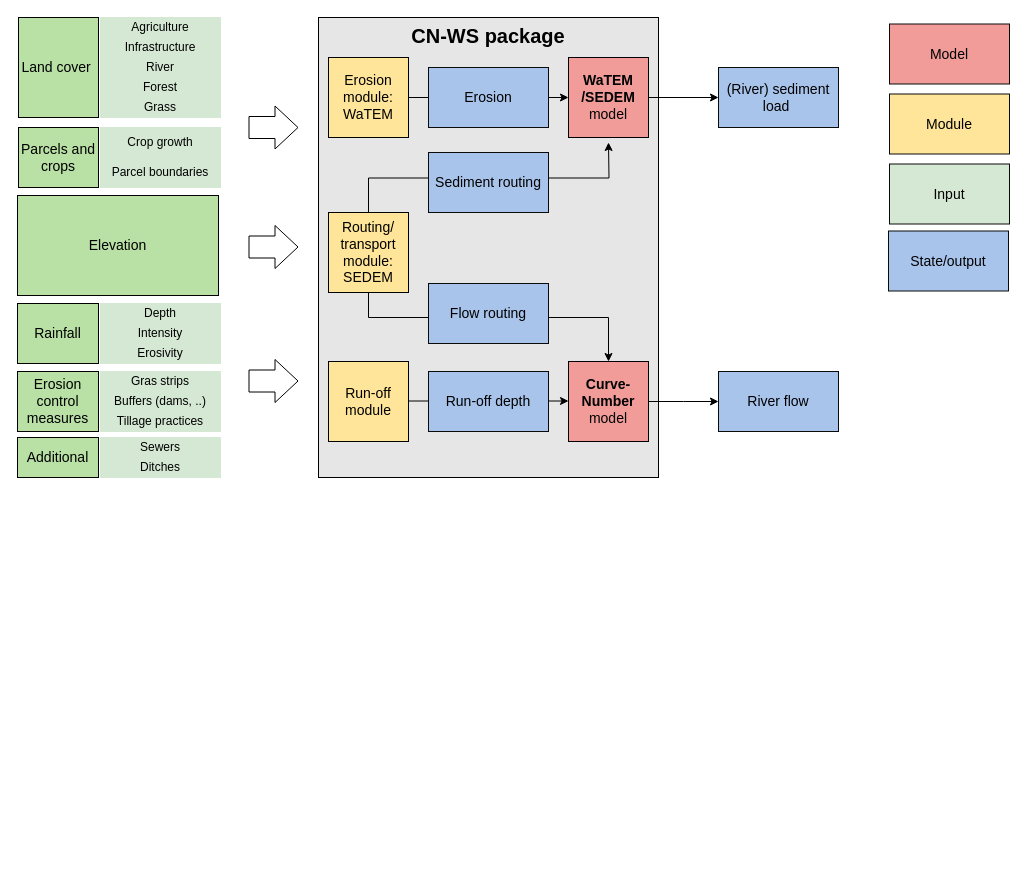
Before: docs/_static/png/diagram_cn_ws_package.drawio in watem-sedem/watem-sedem, a draw.io diagram. Source tidied: cells renumbered, new cells numbered last; positions are measured from the earlier drawing's top-left corner, leaving out a move shared by most shapes. Both pictures are drawn from the tidied source at 100%, with x=0, y=0 at pixel (17, 17).
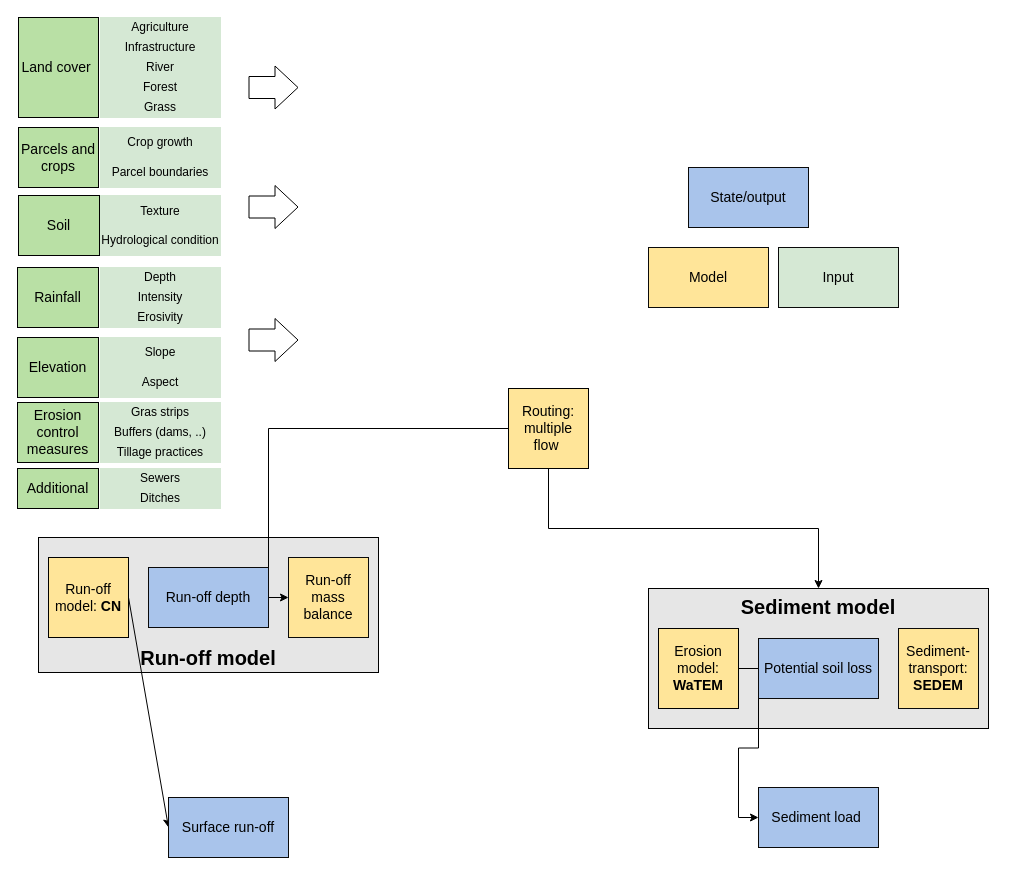
The same diagram, later.

Change to the diagram source:
```diff
@@
+    <mxCell id="48" value="&lt;b style=&quot;font-size: 20px&quot;&gt;Run-off model&lt;/b&gt;" style="rounded=0;whiteSpace=wrap;html=1;verticalAlign=bottom;fontSize=20;fillColor=#E6E6E6;" parent="1" vertex="1">
+      <mxGeometry x="21" y="520" width="340" height="135" as="geometry" />
+    </mxCell>
-    <mxCell id="2" value="&lt;b style=&quot;font-size: 20px;&quot;&gt;CN-WS package&lt;/b&gt;" style="rounded=0;whiteSpace=wrap;html=1;verticalAlign=top;fontSize=20;fillColor=#E6E6E6;" parent="1" vertex="1">
-      <mxGeometry x="301" width="340" height="460" as="geometry" />
+    <mxCell id="2" value="&lt;b style=&quot;font-size: 20px&quot;&gt;Sediment model&lt;/b&gt;" style="rounded=0;whiteSpace=wrap;html=1;verticalAlign=top;fontSize=20;fillColor=#E6E6E6;" parent="1" vertex="1">
+      <mxGeometry x="631" y="571" width="340" height="140" as="geometry" />
     </mxCell>
-    <mxCell id="3" value="Erosion module: WaTEM" style="whiteSpace=wrap;html=1;fontSize=14;fontStyle=0;fillColor=#FFE599;" parent="1" vertex="1">
-      <mxGeometry x="311" y="40" width="80" height="80" as="geometry" />
-    </mxCell>
+    <mxCell id="49" style="edgeStyle=orthogonalEdgeStyle;rounded=0;jettySize=auto;html=1;exitX=0.5;exitY=1;exitDx=0;exitDy=0;entryX=0.5;entryY=0;entryDx=0;entryDy=0;" parent="1" edge="1" source="4" target="2">
+      <mxGeometry relative="1" as="geometry" />
+    </mxCell>
+    <mxCell id="50" style="edgeStyle=orthogonalEdgeStyle;rounded=0;jettySize=auto;html=1;exitX=0;exitY=0.5;exitDx=0;exitDy=0;entryX=0;entryY=0.5;entryDx=0;entryDy=0;" parent="1" edge="1" source="4" target="59">
+      <mxGeometry relative="1" as="geometry" />
+    </mxCell>
-    <mxCell id="4" value="Routing/ transport&lt;br style=&quot;font-size: 14px;&quot;&gt;module:&lt;br style=&quot;font-size: 14px;&quot;&gt;SEDEM" style="whiteSpace=wrap;html=1;fontSize=14;fontStyle=0;fillColor=#FFE599;" parent="1" vertex="1">
-      <mxGeometry x="311" y="195" width="80" height="80" as="geometry" />
+    <mxCell id="4" value="Routing: multiple flow&amp;nbsp;" style="whiteSpace=wrap;html=1;fontSize=14;fontStyle=0;fillColor=#FFE599;" parent="1" vertex="1">
+      <mxGeometry x="491" y="371" width="80" height="80" as="geometry" />
     </mxCell>
+    <mxCell id="51" style="edgeStyle=none;rounded=0;jettySize=auto;html=1;exitX=1;exitY=0.5;exitDx=0;exitDy=0;entryX=0;entryY=0.5;entryDx=0;entryDy=0;" parent="1" edge="1" source="5" target="58">
+      <mxGeometry relative="1" as="geometry" />
+    </mxCell>
-    <mxCell id="5" value="Run-off module" style="whiteSpace=wrap;html=1;fontSize=14;fontStyle=0;fillColor=#FFE599;" parent="1" vertex="1">
-      <mxGeometry x="311" y="344" width="80" height="80" as="geometry" />
+    <mxCell id="5" value="Run-off model: &lt;b&gt;CN&lt;/b&gt;" style="whiteSpace=wrap;html=1;fontSize=14;fontStyle=0;fillColor=#FFE599;" parent="1" vertex="1">
+      <mxGeometry x="31" y="540" width="80" height="80" as="geometry" />
     </mxCell>
-    <mxCell id="6" value="&lt;b&gt;Curve-Number&lt;/b&gt;&lt;br style=&quot;font-size: 14px&quot;&gt;model" style="whiteSpace=wrap;html=1;fontSize=14;fontStyle=0;fillColor=#F19C99;" parent="1" vertex="1">
-      <mxGeometry x="551" y="344" width="80" height="80" as="geometry" />
-    </mxCell>
-    <mxCell id="7" style="edgeStyle=orthogonalEdgeStyle;rounded=0;jettySize=auto;html=1;exitX=1;exitY=0.5;exitDx=0;exitDy=0;entryX=0;entryY=0.5;entryDx=0;entryDy=0;fillColor=#BFBFBF;fontSize=14;" parent="1" edge="1" source="8" target="38">
+    <mxCell id="7" style="edgeStyle=orthogonalEdgeStyle;rounded=0;jettySize=auto;html=1;entryX=0;entryY=0.5;entryDx=0;entryDy=0;fillColor=#BFBFBF;fontSize=14;" parent="1" edge="1" source="3" target="38">
       <mxGeometry relative="1" as="geometry" />
     </mxCell>
-    <mxCell id="8" value="&lt;b&gt;WaTEM /SEDEM&lt;/b&gt;&lt;br style=&quot;font-size: 14px&quot;&gt;model" style="whiteSpace=wrap;html=1;fontSize=14;fontStyle=0;fillColor=#F19C99;" parent="1" vertex="1">
-      <mxGeometry x="551" y="40" width="80" height="80" as="geometry" />
-    </mxCell>
-    <mxCell id="9" style="edgeStyle=orthogonalEdgeStyle;rounded=0;jettySize=auto;html=1;exitX=1;exitY=0.5;exitDx=0;exitDy=0;entryX=0;entryY=0.5;entryDx=0;entryDy=0;" parent="1" edge="1" source="3" target="8">
-      <mxGeometry relative="1" as="geometry" />
-    </mxCell>
@@
-    <mxCell id="16" value="Elevation" style="rounded=0;whiteSpace=wrap;html=1;fillColor=#B9E0A5;fontSize=14;fontStyle=0;" parent="1" vertex="1">
-      <mxGeometry y="178" width="201" height="100" as="geometry" />
+    <mxCell id="16" value="Soil" style="rounded=0;whiteSpace=wrap;html=1;fillColor=#B9E0A5;fontSize=14;fontStyle=0;" parent="1" vertex="1">
+      <mxGeometry x="1" y="178" width="81" height="60" as="geometry" />
     </mxCell>
     <mxCell id="17" value="Erosivity" style="rounded=0;whiteSpace=wrap;html=1;fillColor=#D5E8D4;fontSize=12;strokeColor=#D5E8D4;" parent="1" vertex="1">
-      <mxGeometry x="83" y="326" width="120" height="20" as="geometry" />
+      <mxGeometry x="83" y="290" width="120" height="20" as="geometry" />
     </mxCell>
     <mxCell id="18" value="Depth" style="rounded=0;whiteSpace=wrap;html=1;fillColor=#D5E8D4;fontSize=12;strokeColor=#D5E8D4;" parent="1" vertex="1">
-      <mxGeometry x="83" y="286" width="120" height="20" as="geometry" />
+      <mxGeometry x="83" y="250" width="120" height="20" as="geometry" />
     </mxCell>
     <mxCell id="19" value="Intensity" style="rounded=0;whiteSpace=wrap;html=1;fillColor=#D5E8D4;fontSize=12;strokeColor=#D5E8D4;" parent="1" vertex="1">
-      <mxGeometry x="83" y="306" width="120" height="20" as="geometry" />
+      <mxGeometry x="83" y="270" width="120" height="20" as="geometry" />
     </mxCell>
     <mxCell id="20" value="Rainfall" style="rounded=0;whiteSpace=wrap;html=1;fillColor=#B9E0A5;fontSize=14;fontStyle=0;" parent="1" vertex="1">
-      <mxGeometry y="286" width="81" height="60" as="geometry" />
+      <mxGeometry y="250" width="81" height="60" as="geometry" />
     </mxCell>
     <mxCell id="21" value="Erosion control measures" style="rounded=0;whiteSpace=wrap;html=1;fillColor=#B9E0A5;fontSize=14;fontStyle=0;" parent="1" vertex="1">
-      <mxGeometry y="354" width="81" height="60" as="geometry" />
+      <mxGeometry y="385" width="81" height="60" as="geometry" />
     </mxCell>
     <mxCell id="22" value="Gras strips" style="rounded=0;whiteSpace=wrap;html=1;fillColor=#D5E8D4;fontSize=12;strokeColor=#D5E8D4;" parent="1" vertex="1">
-      <mxGeometry x="83" y="354" width="120" height="20" as="geometry" />
+      <mxGeometry x="83" y="385" width="120" height="20" as="geometry" />
     </mxCell>
@@
     <mxCell id="24" value="Buffers (dams, ..)" style="rounded=0;whiteSpace=wrap;html=1;fillColor=#D5E8D4;fontSize=12;strokeColor=#D5E8D4;" parent="1" vertex="1">
-      <mxGeometry x="83" y="374" width="120" height="20" as="geometry" />
+      <mxGeometry x="83" y="405" width="120" height="20" as="geometry" />
     </mxCell>
-    <mxCell id="25" style="edgeStyle=orthogonalEdgeStyle;rounded=0;jettySize=auto;html=1;exitX=0.5;exitY=1;exitDx=0;exitDy=0;" parent="1" edge="1" source="4" target="6">
-      <mxGeometry relative="1" as="geometry">
-        <Array as="points">
-          <mxPoint x="351" y="300" />
-          <mxPoint x="591" y="300" />
-        </Array>
-      </mxGeometry>
-    </mxCell>
-    <mxCell id="26" value="Erosion" style="rounded=0;whiteSpace=wrap;html=1;strokeColor=#0A0A0A;fillColor=#A9C4EB;fontSize=14;fontStyle=0;" parent="1" vertex="1">
-      <mxGeometry x="411" y="50" width="120" height="60" as="geometry" />
+    <mxCell id="26" value="Potential soil loss" style="rounded=0;whiteSpace=wrap;html=1;strokeColor=#0A0A0A;fillColor=#A9C4EB;fontSize=14;fontStyle=0;" parent="1" vertex="1">
+      <mxGeometry x="741" y="621" width="120" height="60" as="geometry" />
     </mxCell>
     <mxCell id="27" value="Tillage practices" style="rounded=0;whiteSpace=wrap;html=1;fillColor=#D5E8D4;fontSize=12;strokeColor=#D5E8D4;" parent="1" vertex="1">
-      <mxGeometry x="83" y="394" width="120" height="20" as="geometry" />
+      <mxGeometry x="83" y="425" width="120" height="20" as="geometry" />
     </mxCell>
@@
     <mxCell id="30" value="Additional" style="rounded=0;whiteSpace=wrap;html=1;fillColor=#B9E0A5;fontSize=14;fontStyle=0;" parent="1" vertex="1">
-      <mxGeometry y="420" width="81" height="40" as="geometry" />
+      <mxGeometry y="451" width="81" height="40" as="geometry" />
     </mxCell>
     <mxCell id="31" value="Sewers" style="rounded=0;whiteSpace=wrap;html=1;fillColor=#D5E8D4;fontSize=12;strokeColor=#D5E8D4;" parent="1" vertex="1">
-      <mxGeometry x="83" y="420" width="120" height="20" as="geometry" />
+      <mxGeometry x="83" y="451" width="120" height="20" as="geometry" />
     </mxCell>
     <mxCell id="32" value="Ditches" style="rounded=0;whiteSpace=wrap;html=1;fillColor=#D5E8D4;fontSize=12;strokeColor=#D5E8D4;" parent="1" vertex="1">
-      <mxGeometry x="83" y="440" width="120" height="20" as="geometry" />
+      <mxGeometry x="83" y="471" width="120" height="20" as="geometry" />
     </mxCell>
-    <mxCell id="33" style="edgeStyle=orthogonalEdgeStyle;rounded=0;jettySize=auto;html=1;exitX=0.5;exitY=0;exitDx=0;exitDy=0;entryX=0.5;entryY=1;entryDx=0;entryDy=0;fontSize=20;" parent="1" edge="1" source="4">
-      <mxGeometry relative="1" as="geometry">
-        <mxPoint x="591" y="125" as="targetPoint" />
-      </mxGeometry>
-    </mxCell>
-    <mxCell id="34" value="Sediment routing" style="rounded=0;whiteSpace=wrap;html=1;strokeColor=#0A0A0A;fillColor=#A9C4EB;fontSize=14;fontStyle=0;" parent="1" vertex="1">
-      <mxGeometry x="411" y="135" width="120" height="60" as="geometry" />
-    </mxCell>
-    <mxCell id="35" value="Flow routing" style="rounded=0;whiteSpace=wrap;html=1;strokeColor=#0A0A0A;fillColor=#A9C4EB;fontSize=14;fontStyle=0;" parent="1" vertex="1">
-      <mxGeometry x="411" y="266" width="120" height="60" as="geometry" />
-    </mxCell>
-    <mxCell id="36" style="edgeStyle=orthogonalEdgeStyle;rounded=0;orthogonalLoop=1;jettySize=auto;html=1;exitX=1;exitY=0.5;exitDx=0;exitDy=0;entryX=0;entryY=0.5;entryDx=0;entryDy=0;" parent="1" edge="1">
-      <mxGeometry relative="1" as="geometry">
-        <mxPoint x="391" y="383.5" as="sourcePoint" />
-        <mxPoint x="551" y="383.5" as="targetPoint" />
-      </mxGeometry>
-    </mxCell>
     <mxCell id="37" value="Run-off depth" style="rounded=0;whiteSpace=wrap;html=1;strokeColor=#0A0A0A;fillColor=#A9C4EB;fontSize=14;fontStyle=0;" parent="1" vertex="1">
-      <mxGeometry x="411" y="354" width="120" height="60" as="geometry" />
+      <mxGeometry x="131" y="550" width="120" height="60" as="geometry" />
     </mxCell>
-    <mxCell id="38" value="&lt;span style=&quot;font-weight: normal&quot;&gt;(River) sediment load&amp;nbsp;&lt;/span&gt;" style="rounded=0;whiteSpace=wrap;html=1;strokeColor=#0A0A0A;fillColor=#A9C4EB;fontSize=14;fontStyle=1;" parent="1" vertex="1">
-      <mxGeometry x="701" y="50" width="120" height="60" as="geometry" />
+    <mxCell id="38" value="&lt;span style=&quot;font-weight: normal&quot;&gt;Sediment load&amp;nbsp;&lt;/span&gt;" style="rounded=0;whiteSpace=wrap;html=1;strokeColor=#0A0A0A;fillColor=#A9C4EB;fontSize=14;fontStyle=1;" parent="1" vertex="1">
+      <mxGeometry x="741" y="770" width="120" height="60" as="geometry" />
     </mxCell>
-    <mxCell id="39" value="&lt;span style=&quot;font-weight: normal&quot;&gt;River flow&lt;/span&gt;" style="rounded=0;whiteSpace=wrap;html=1;strokeColor=#0A0A0A;fillColor=#A9C4EB;fontSize=14;fontStyle=1;" parent="1" vertex="1">
-      <mxGeometry x="701" y="354" width="120" height="60" as="geometry" />
-    </mxCell>
-    <mxCell id="40" style="edgeStyle=orthogonalEdgeStyle;rounded=0;jettySize=auto;html=1;fillColor=#BFBFBF;fontSize=14;" parent="1" edge="1" source="6">
-      <mxGeometry relative="1" as="geometry">
-        <mxPoint x="701" y="384" as="targetPoint" />
-      </mxGeometry>
-    </mxCell>
     <mxCell id="41" value="&lt;span style=&quot;font-weight: 400&quot;&gt;State/output&lt;/span&gt;" style="rounded=0;whiteSpace=wrap;html=1;strokeColor=#0A0A0A;fillColor=#A9C4EB;fontSize=14;fontStyle=1;" parent="1" vertex="1">
-      <mxGeometry x="871" y="213.5" width="120" height="60" as="geometry" />
+      <mxGeometry x="671" y="150" width="120" height="60" as="geometry" />
     </mxCell>
-    <mxCell id="42" value="&lt;span style=&quot;font-weight: 400&quot;&gt;Module&lt;/span&gt;" style="rounded=0;whiteSpace=wrap;html=1;strokeColor=#0A0A0A;fillColor=#FFE599;fontSize=14;fontStyle=1;" parent="1" vertex="1">
-      <mxGeometry x="872" y="76.5" width="120" height="60" as="geometry" />
+    <mxCell id="42" value="&lt;span style=&quot;font-weight: 400&quot;&gt;Model&lt;/span&gt;" style="rounded=0;whiteSpace=wrap;html=1;strokeColor=#0A0A0A;fillColor=#FFE599;fontSize=14;fontStyle=1;" parent="1" vertex="1">
+      <mxGeometry x="631" y="230" width="120" height="60" as="geometry" />
     </mxCell>
     <mxCell id="43" value="&lt;span style=&quot;font-weight: 400&quot;&gt;Input&lt;/span&gt;" style="rounded=0;whiteSpace=wrap;html=1;strokeColor=#0A0A0A;fillColor=#D5E8D4;fontSize=14;fontStyle=1;" parent="1" vertex="1">
-      <mxGeometry x="872" y="146.5" width="120" height="60" as="geometry" />
+      <mxGeometry x="761" y="230" width="120" height="60" as="geometry" />
     </mxCell>
     <mxCell id="44" style="shape=flexArrow;endArrow=classic;html=1;fillColor=#FFFFFF;fontSize=14;width=22;endSize=7.33;labelBackgroundColor=#FFFFFF;" parent="1" edge="1">
       <mxGeometry relative="1" as="geometry">
-        <mxPoint x="231" y="110" as="sourcePoint" />
-        <mxPoint x="281" y="110" as="targetPoint" />
+        <mxPoint x="231" y="70" as="sourcePoint" />
+        <mxPoint x="281" y="70" as="targetPoint" />
       </mxGeometry>
     </mxCell>
     <mxCell id="45" style="shape=flexArrow;endArrow=classic;html=1;fillColor=#FFFFFF;fontSize=14;width=22;endSize=7.33;labelBackgroundColor=#FFFFFF;" parent="1" edge="1">
       <mxGeometry relative="1" as="geometry">
-        <mxPoint x="231" y="229.5" as="sourcePoint" />
-        <mxPoint x="281" y="229.5" as="targetPoint" />
+        <mxPoint x="231" y="189.5" as="sourcePoint" />
+        <mxPoint x="281" y="189.5" as="targetPoint" />
       </mxGeometry>
     </mxCell>
     <mxCell id="46" style="shape=flexArrow;endArrow=classic;html=1;fillColor=#FFFFFF;fontSize=14;width=22;endSize=7.33;labelBackgroundColor=#FFFFFF;" parent="1" edge="1">
       <mxGeometry relative="1" as="geometry">
-        <mxPoint x="231" y="363.5" as="sourcePoint" />
-        <mxPoint x="281" y="363.5" as="targetPoint" />
+        <mxPoint x="231" y="322.5" as="sourcePoint" />
+        <mxPoint x="281" y="322.5" as="targetPoint" />
       </mxGeometry>
     </mxCell>
-    <mxCell id="47" value="&lt;span style=&quot;font-weight: 400&quot;&gt;Model&lt;/span&gt;" style="rounded=0;whiteSpace=wrap;html=1;strokeColor=#0A0A0A;fillColor=#F19C99;fontSize=14;fontStyle=1;" parent="1" vertex="1">
-      <mxGeometry x="872" y="6.5" width="120" height="60" as="geometry" />
-    </mxCell>
+    <mxCell id="52" value="Texture" style="rounded=0;whiteSpace=wrap;html=1;fillColor=#D5E8D4;fontSize=12;strokeColor=#D5E8D4;" parent="1" vertex="1">
+      <mxGeometry x="83" y="178" width="120" height="32" as="geometry" />
+    </mxCell>
+    <mxCell id="53" value="Hydrological condition" style="rounded=0;whiteSpace=wrap;html=1;fillColor=#D5E8D4;fontSize=12;strokeColor=#D5E8D4;" parent="1" vertex="1">
+      <mxGeometry x="83" y="208" width="120" height="30" as="geometry" />
+    </mxCell>
+    <mxCell id="54" value="Elevation" style="rounded=0;whiteSpace=wrap;html=1;fillColor=#B9E0A5;fontSize=14;fontStyle=0;" parent="1" vertex="1">
+      <mxGeometry y="320" width="81" height="60" as="geometry" />
+    </mxCell>
+    <mxCell id="55" value="Slope" style="rounded=0;whiteSpace=wrap;html=1;fillColor=#D5E8D4;fontSize=12;strokeColor=#D5E8D4;" parent="1" vertex="1">
+      <mxGeometry x="83" y="320" width="120" height="30" as="geometry" />
+    </mxCell>
+    <mxCell id="56" value="Aspect" style="rounded=0;whiteSpace=wrap;html=1;fillColor=#D5E8D4;fontSize=12;strokeColor=#D5E8D4;" parent="1" vertex="1">
+      <mxGeometry x="83" y="350" width="120" height="30" as="geometry" />
+    </mxCell>
+    <mxCell id="57" value="Sediment-transport: &lt;b&gt;SEDEM&lt;/b&gt;" style="rounded=0;whiteSpace=wrap;html=1;strokeColor=#0A0A0A;fillColor=#FFE599;fontSize=14;fontStyle=0;" parent="1" vertex="1">
+      <mxGeometry x="881" y="611" width="80" height="80" as="geometry" />
+    </mxCell>
+    <mxCell id="58" value="Surface run-off" style="rounded=0;whiteSpace=wrap;html=1;strokeColor=#0A0A0A;fillColor=#A9C4EB;fontSize=14;fontStyle=0;" parent="1" vertex="1">
+      <mxGeometry x="151" y="780" width="120" height="60" as="geometry" />
+    </mxCell>
+    <mxCell id="59" value="Run-off mass balance" style="rounded=0;whiteSpace=wrap;html=1;strokeColor=#0A0A0A;fillColor=#FFE599;fontSize=14;fontStyle=0;" parent="1" vertex="1">
+      <mxGeometry x="271" y="540" width="80" height="80" as="geometry" />
+    </mxCell>
+    <mxCell id="3" value="Erosion model: &lt;b&gt;WaTEM&lt;/b&gt;" style="whiteSpace=wrap;html=1;fontSize=14;fontStyle=0;fillColor=#FFE599;" parent="1" vertex="1">
+      <mxGeometry x="641" y="611" width="80" height="80" as="geometry" />
+    </mxCell>
```
